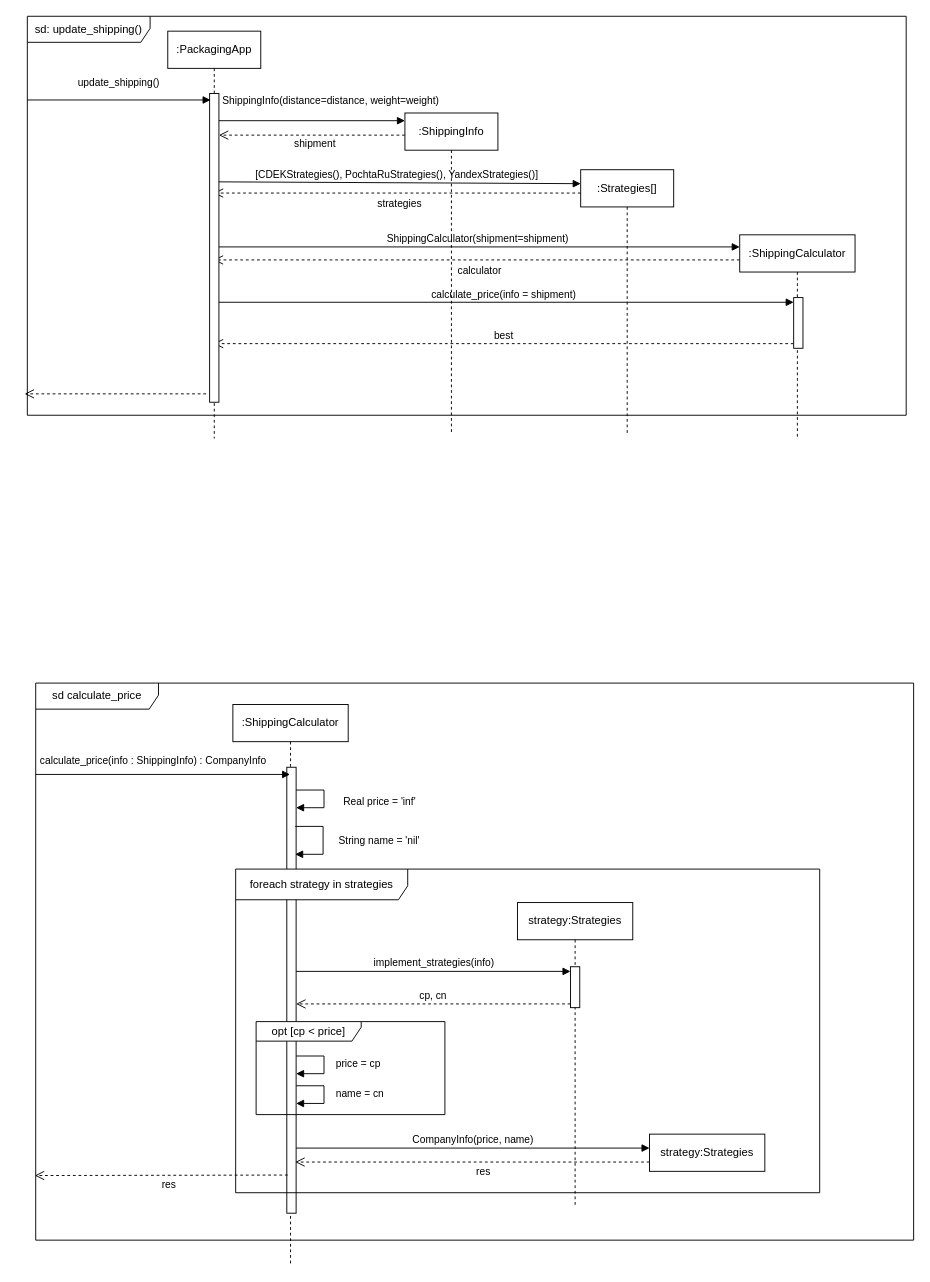
Before: page "Page-2" (2 of 2) of lab 3 - Strategy/shippro.drawio in solovozer/-2, a draw.io diagram. Source tidied: cells renumbered, new cells numbered last; positions are measured from the earlier drawing's top-left corner, leaving out a move shared by most shapes. Both pictures are drawn from the tidied source at 93%, with x=0, y=0 at pixel (24, 16).
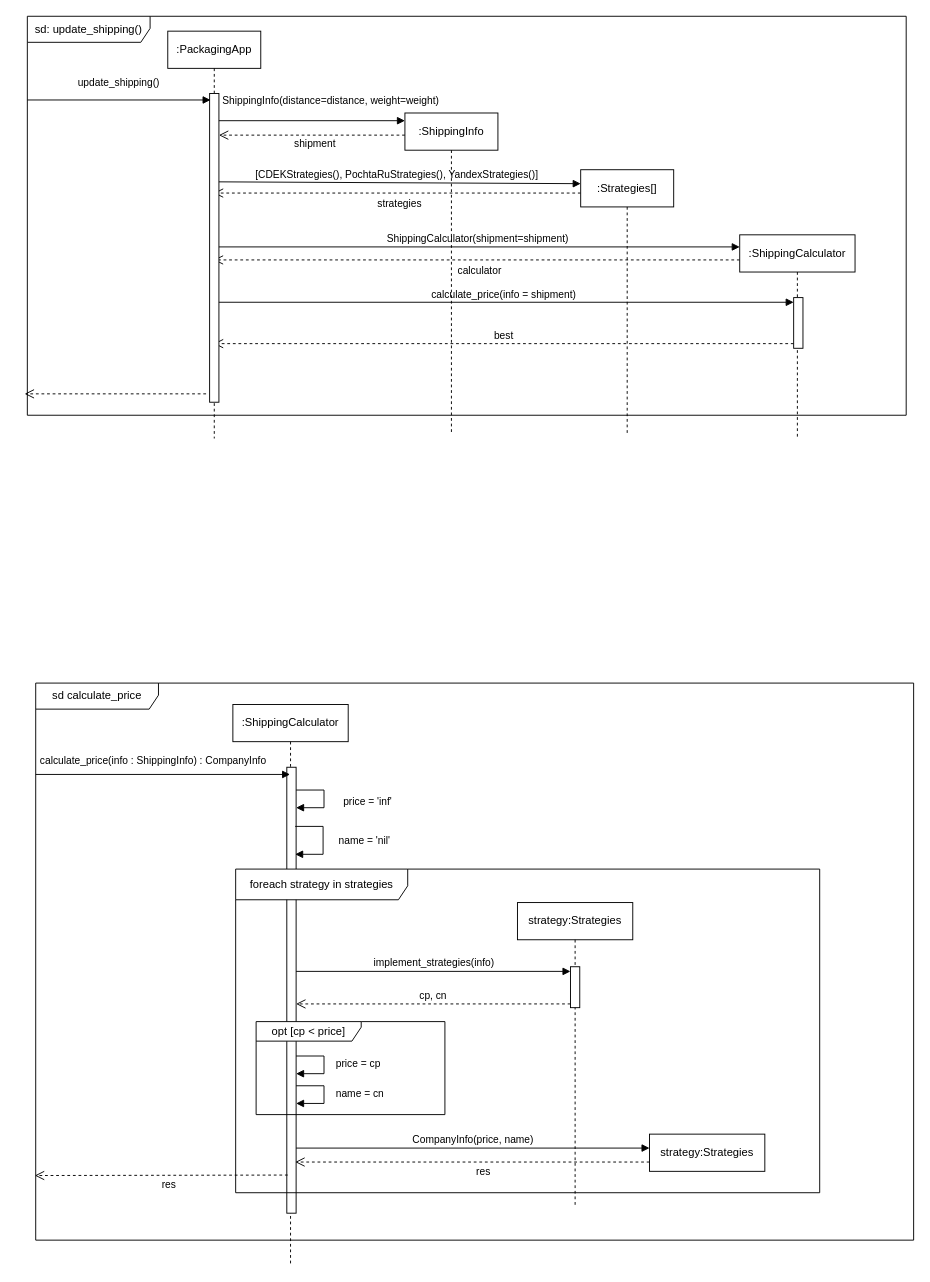
The same page after the edit.

Unchanged cells that the change refers to:
```xml
<mxCell id="17" value=":ShippingCalculator" style="shape=umlLifeline;perimeter=lifelinePerimeter;whiteSpace=wrap;html=1;outlineConnect=0;portConstraint=eastwest;newEdgeStyle={&quot;curved&quot;:0,&quot;rounded&quot;:0};" parent="1" vertex="1">
  <mxGeometry x="223.9" y="740" width="124" height="604" as="geometry" />
</mxCell>
<mxCell id="18" style="html=1;points=[[0,0,0,0,5],[0,1,0,0,-5],[1,0,0,0,5],[1,1,0,0,-5]];perimeter=orthogonalPerimeter;outlineConnect=0;targetShapes=umlLifeline;portConstraint=eastwest;newEdgeStyle={&quot;curved&quot;:0,&quot;rounded&quot;:0};" parent="17" vertex="1">
  <mxGeometry x="58" y="67.5" width="10" height="479.5" as="geometry" />
</mxCell>
```

What changed in the source:
```diff
@@
-    <mxCell id="19" value="Real price = 'inf'&amp;nbsp;" style="html=1;align=left;spacingLeft=2;endArrow=block;rounded=0;edgeStyle=orthogonalEdgeStyle;curved=0;rounded=0;" parent="17" edge="1" source="18" target="18">
+    <mxCell id="19" value="price = 'inf'&amp;nbsp;" style="html=1;align=left;spacingLeft=2;endArrow=block;rounded=0;edgeStyle=orthogonalEdgeStyle;curved=0;rounded=0;" parent="17" edge="1" source="18" target="18">
       <mxGeometry x="0.09" y="17" relative="1" as="geometry">
         <Array as="points">
           <mxPoint x="98" y="92" />
           <mxPoint x="98" y="111" />
         </Array>
       </mxGeometry>
     </mxCell>
@@
-    <mxCell id="22" value="String name = 'nil'" style="html=1;align=left;spacingLeft=2;endArrow=block;rounded=0;edgeStyle=orthogonalEdgeStyle;curved=0;rounded=0;" parent="1" edge="1">
+    <mxCell id="22" value="name = 'nil'" style="html=1;align=left;spacingLeft=2;endArrow=block;rounded=0;edgeStyle=orthogonalEdgeStyle;curved=0;rounded=0;" parent="1" edge="1">
       <mxGeometry x="0.02" y="13" relative="1" as="geometry">
         <mxPoint x="290.9" y="871.1" as="sourcePoint" />
         <mxPoint x="290.9" y="901.1" as="targetPoint" />
         <Array as="points">
           <mxPoint x="320.9" y="871.1" />
           <mxPoint x="320.9" y="901.1" />
         </Array>
       </mxGeometry>
     </mxCell>
```
